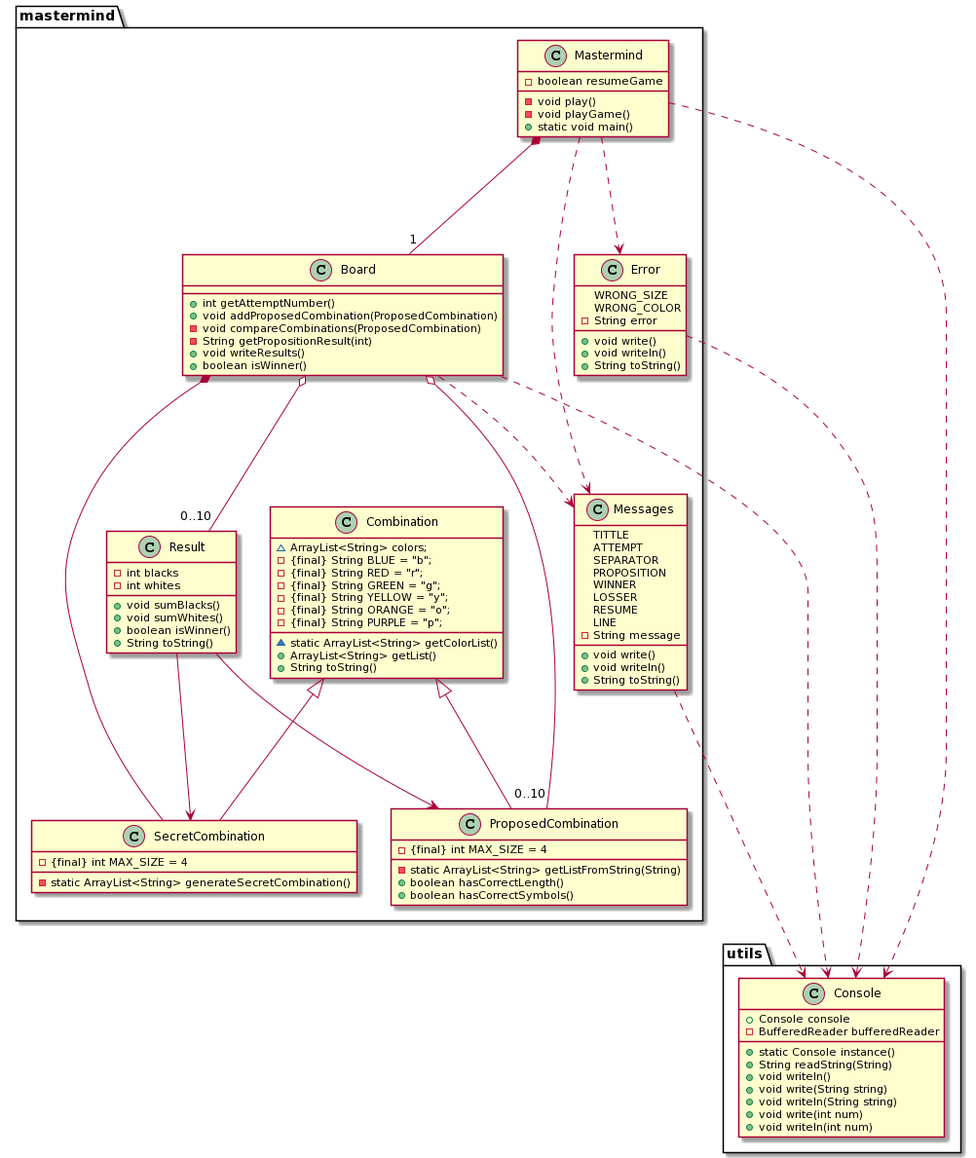
Above: images/diagrama_clases_domainModel.png in anagonzalezsantam/Mastermind (PlantUML), before the change.
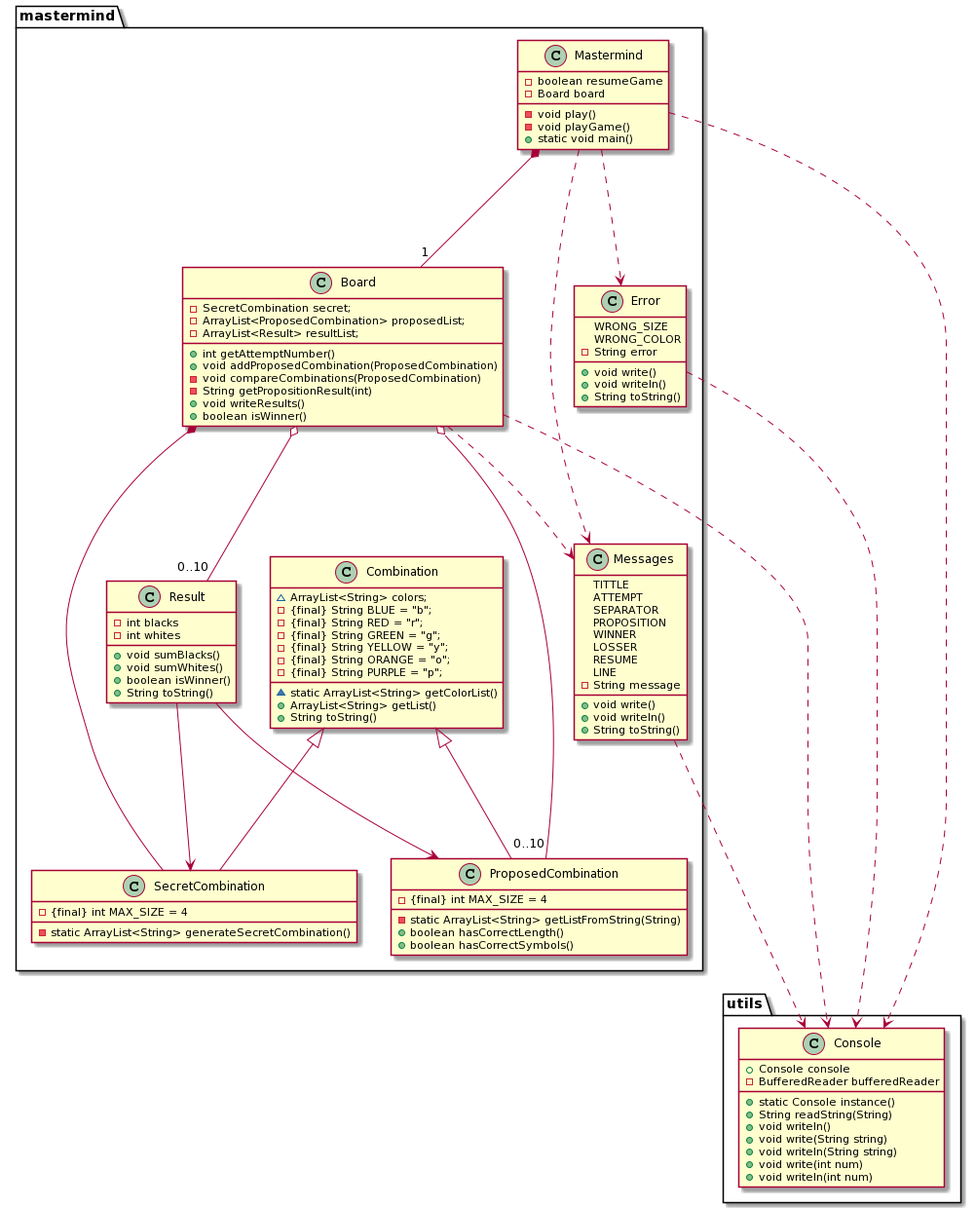
After the change.

Diff of the diagram source:
```diff
@@ -3,12 +3,16 @@
 
   class Mastermind {
    -boolean resumeGame
+   -Board board
    -void play()
    -void playGame()
    +static void main()
   }
 
   class Board {
+    -SecretCombination secret;
+    -ArrayList<ProposedCombination> proposedList;
+    -ArrayList<Result> resultList;
     +int getAttemptNumber()
     +void addProposedCombination(ProposedCombination)
     -void compareCombinations(ProposedCombination)
```
